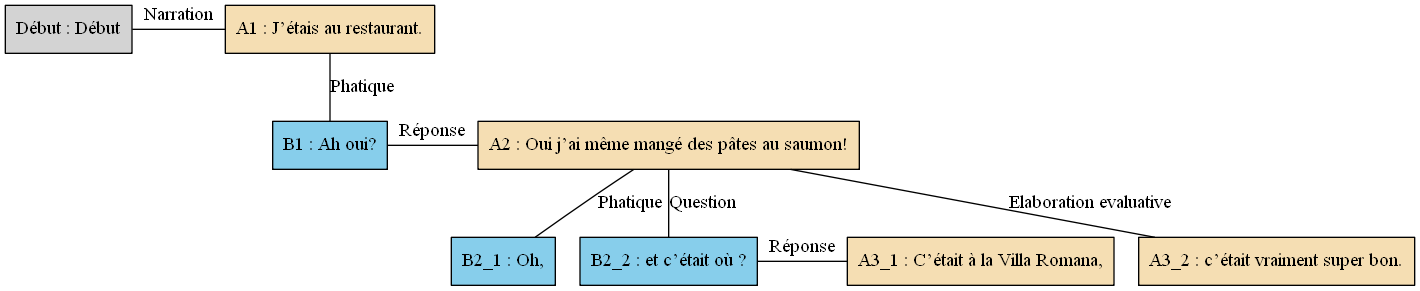
AlaixComet/AnnotationSlamPTut keeps this Graphviz diagram as arbres/Bac_a_sable/Bac_a_sable_-_E05.gv.png. Above is the earlier version. Its source is kept beside it as arbres/Bac_a_sable/Bac_a_sable_-_E05.gv.
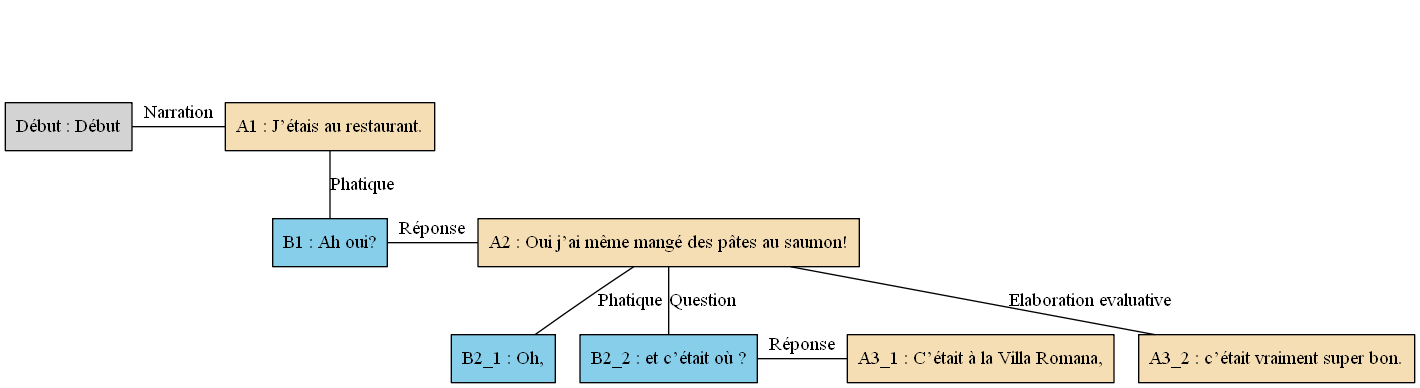
The same diagram one commit later.

Change to the diagram source:
```diff
@@ -1,33 +1,24 @@
 digraph E05 {
 	node [shape=box style=filled]
-	"Début" [label="Début : Début" xlabel=""]
-	A1 [label="A1 : J’étais au restaurant." fillcolor=wheat xlabel=""]
-	B1 [label="B1 : Ah oui?" fillcolor=skyblue xlabel=""]
-	A2 [label="A2 : Oui j’ai même mangé des pâtes au saumon!" fillcolor=wheat xlabel=""]
-	B2_1 [label="B2_1 : Oh," fillcolor=skyblue xlabel=""]
-	B2_2 [label="B2_2 : et c’était où ?" fillcolor=skyblue xlabel=""]
-	A3_1 [label="A3_1 : C’était à la Villa Romana," fillcolor=wheat xlabel=""]
-	A3_2 [label="A3_2 : c’était vraiment super bon." fillcolor=wheat xlabel=""]
-	{
-		rank=same
-		"Début"
-		A1
-		"Début" -> A1 [label=Narration dir=none]
-	}
-	A1 -> B1 [label=Phatique dir=none]
-	{
-		rank=same
-		B1
-		A2
-		B1 -> A2 [label="Réponse" dir=none]
-	}
-	A2 -> B2_1 [label=Phatique dir=none]
-	A2 -> B2_2 [label=Question dir=none]
-	{
-		rank=same
-		B2_2
-		A3_1
-		B2_2 -> A3_1 [label="Réponse" dir=none]
-	}
-	A2 -> A3_2 [label="Elaboration evaluative" dir=none]
+	newrank=true
+	zero [style=invis]
+	"Début" [label="Début : Début"]
+	A1 [label="A1 : J’étais au restaurant." fillcolor=wheat]
+	B1 [label="B1 : Ah oui?" fillcolor=skyblue]
+	A2 [label="A2 : Oui j’ai même mangé des pâtes au saumon!" fillcolor=wheat]
+	B2_1 [label="B2_1 : Oh," fillcolor=skyblue]
+	B2_2 [label="B2_2 : et c’était où ?" fillcolor=skyblue]
+	A3_1 [label="A3_1 : C’était à la Villa Romana," fillcolor=wheat]
+	A3_2 [label="A3_2 : c’était vraiment super bon." fillcolor=wheat]
+	zero -> "Début" [label="" style=invis]
+	zero -> A1 [style=invis weight=1]
+	"Début" -> A1 [label=Narration constraint=false dir=none]
+	A1 -> B1 [label=Phatique dir=none weight=2]
+	A1 -> A2 [style=invis weight=1]
+	B1 -> A2 [label="Réponse" constraint=false dir=none]
+	A2 -> B2_1 [label=Phatique dir=none weight=2]
+	A2 -> B2_2 [label=Question dir=none weight=2]
+	A2 -> A3_1 [style=invis weight=1]
+	B2_2 -> A3_1 [label="Réponse" constraint=false dir=none]
+	A2 -> A3_2 [label="Elaboration evaluative" dir=none weight=2]
 }
```
